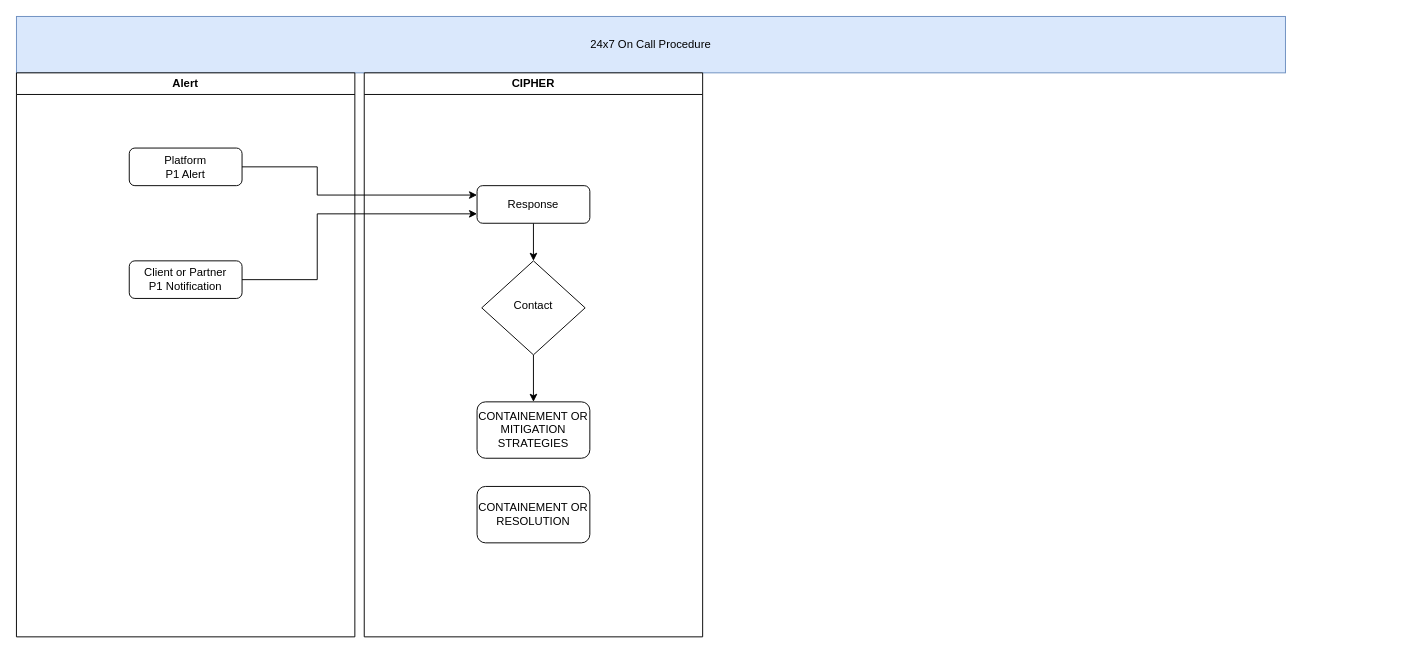
Earlier version of the draw.io diagram Diagrama sem nome.drawio (SousinhaT/SousinhaT). Source tidied: cells renumbered, new cells numbered last; positions are measured from the earlier drawing's top-left corner, leaving out a move shared by most shapes. Both pictures are drawn from the tidied source at 94%, with x=0, y=0 at pixel (16, 16).
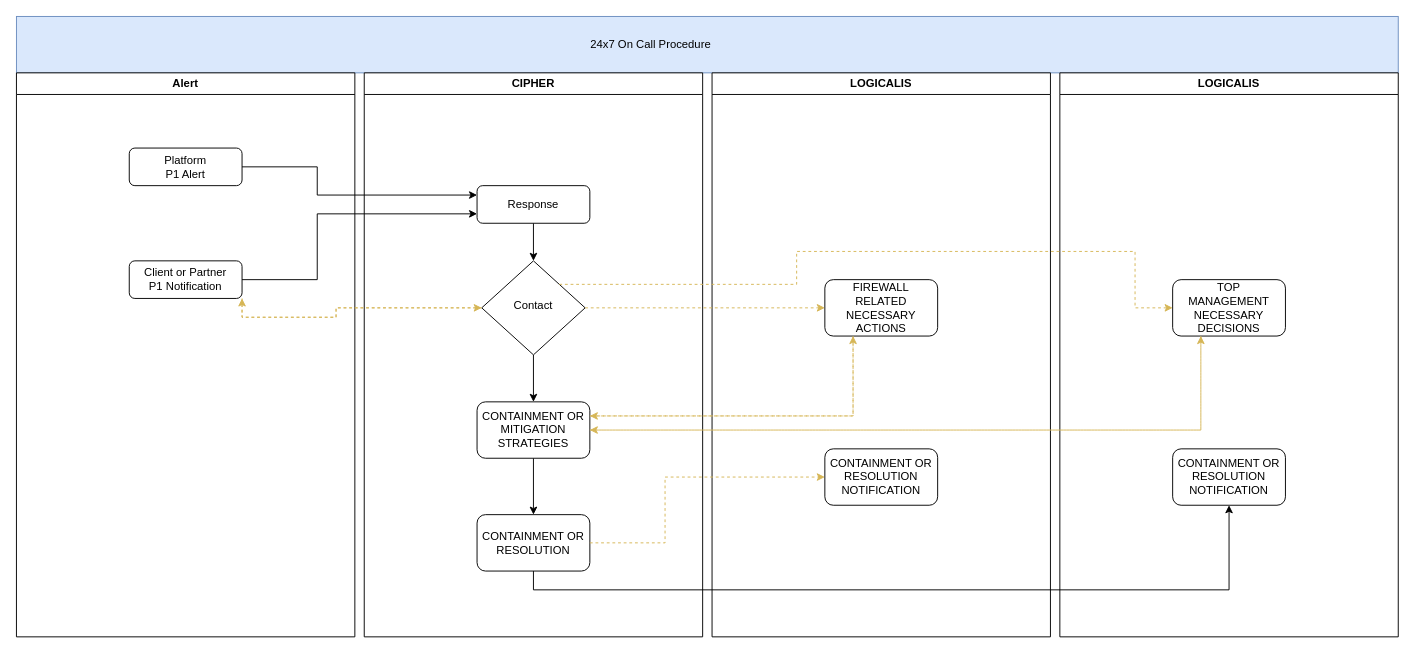
After the change.

Unchanged cells that the change refers to:
```xml
<mxCell id="6" value="Client or Partner&lt;br&gt;P1 Notification" style="rounded=1;whiteSpace=wrap;html=1;fontSize=12;glass=0;strokeWidth=1;shadow=0;" parent="4" vertex="1">
  <mxGeometry x="120" y="200" width="120" height="40" as="geometry" />
</mxCell>
<mxCell id="7" value="CIPHER" style="swimlane;whiteSpace=wrap;html=1;" parent="1" vertex="1">
  <mxGeometry x="370" y="60" width="360" height="600" as="geometry" />
</mxCell>
<mxCell id="11" value="Contact" style="rhombus;whiteSpace=wrap;html=1;shadow=0;fontFamily=Helvetica;fontSize=12;align=center;strokeWidth=1;spacing=6;spacingTop=-4;" parent="7" vertex="1">
  <mxGeometry x="125" y="200" width="110" height="100" as="geometry" />
</mxCell>
```

Diff of the diagram source:
```diff
@@
     <mxCell id="2" style="rounded=0;whiteSpace=wrap;html=1;fillColor=#dae8fc;strokeColor=#6c8ebf;" parent="1" vertex="1">
-      <mxGeometry width="1350" height="60" as="geometry" />
+      <mxGeometry width="1470" height="60" as="geometry" />
     </mxCell>
@@
+    <mxCell id="16" style="edgeStyle=orthogonalEdgeStyle;rounded=0;jettySize=auto;html=1;exitX=0.5;exitY=1;exitDx=0;exitDy=0;entryX=0.5;entryY=0;entryDx=0;entryDy=0;" parent="7" edge="1" source="12" target="13">
+      <mxGeometry relative="1" as="geometry" />
+    </mxCell>
-    <mxCell id="12" value="CONTAINEMENT OR MITIGATION STRATEGIES" style="rounded=1;whiteSpace=wrap;html=1;fontSize=12;glass=0;strokeWidth=1;shadow=0;" parent="7" vertex="1">
+    <mxCell id="12" value="CONTAINMENT OR MITIGATION STRATEGIES" style="rounded=1;whiteSpace=wrap;html=1;fontSize=12;glass=0;strokeWidth=1;shadow=0;" parent="7" vertex="1">
       <mxGeometry x="120" y="350" width="120" height="60" as="geometry" />
     </mxCell>
-    <mxCell id="13" value="CONTAINEMENT OR RESOLUTION" style="rounded=1;whiteSpace=wrap;html=1;fontSize=12;glass=0;strokeWidth=1;shadow=0;" parent="7" vertex="1">
-      <mxGeometry x="120" y="440" width="120" height="60" as="geometry" />
+    <mxCell id="13" value="CONTAINMENT OR RESOLUTION" style="rounded=1;whiteSpace=wrap;html=1;fontSize=12;glass=0;strokeWidth=1;shadow=0;" parent="7" vertex="1">
+      <mxGeometry x="120" y="470" width="120" height="60" as="geometry" />
     </mxCell>
@@
+    <mxCell id="17" value="LOGICALIS" style="swimlane;whiteSpace=wrap;html=1;" parent="1" vertex="1">
+      <mxGeometry x="740" y="60" width="360" height="600" as="geometry" />
+    </mxCell>
+    <mxCell id="18" style="edgeStyle=orthogonalEdgeStyle;rounded=0;orthogonalLoop=1;jettySize=auto;html=1;exitX=0.5;exitY=1;exitDx=0;exitDy=0;entryX=0.5;entryY=0;entryDx=0;entryDy=0;" parent="17" edge="1">
+      <mxGeometry relative="1" as="geometry">
+        <mxPoint x="180" y="160" as="sourcePoint" />
+      </mxGeometry>
+    </mxCell>
+    <mxCell id="19" style="edgeStyle=orthogonalEdgeStyle;rounded=0;orthogonalLoop=1;jettySize=auto;html=1;exitX=0.5;exitY=1;exitDx=0;exitDy=0;entryX=0.5;entryY=0;entryDx=0;entryDy=0;" parent="17" edge="1">
+      <mxGeometry relative="1" as="geometry">
+        <mxPoint x="180" y="300" as="sourcePoint" />
+      </mxGeometry>
+    </mxCell>
+    <mxCell id="20" value="CONTAINMENT OR RESOLUTION NOTIFICATION" style="rounded=1;whiteSpace=wrap;html=1;fontSize=12;glass=0;strokeWidth=1;shadow=0;" parent="17" vertex="1">
+      <mxGeometry x="120" y="400" width="120" height="60" as="geometry" />
+    </mxCell>
+    <mxCell id="21" value="FIREWALL &lt;br&gt;RELATED NECESSARY ACTIONS" style="rounded=1;whiteSpace=wrap;html=1;fontSize=12;glass=0;strokeWidth=1;shadow=0;" parent="17" vertex="1">
+      <mxGeometry x="120" y="220" width="120" height="60" as="geometry" />
+    </mxCell>
+    <mxCell id="22" value="LOGICALIS" style="swimlane;whiteSpace=wrap;html=1;" parent="1" vertex="1">
+      <mxGeometry x="1110" y="60" width="360" height="600" as="geometry" />
+    </mxCell>
+    <mxCell id="23" style="edgeStyle=orthogonalEdgeStyle;rounded=0;orthogonalLoop=1;jettySize=auto;html=1;exitX=0.5;exitY=1;exitDx=0;exitDy=0;entryX=0.5;entryY=0;entryDx=0;entryDy=0;" parent="22" edge="1">
+      <mxGeometry relative="1" as="geometry">
+        <mxPoint x="180" y="160" as="sourcePoint" />
+      </mxGeometry>
+    </mxCell>
+    <mxCell id="24" style="edgeStyle=orthogonalEdgeStyle;rounded=0;orthogonalLoop=1;jettySize=auto;html=1;exitX=0.5;exitY=1;exitDx=0;exitDy=0;entryX=0.5;entryY=0;entryDx=0;entryDy=0;" parent="22" edge="1">
+      <mxGeometry relative="1" as="geometry">
+        <mxPoint x="180" y="300" as="sourcePoint" />
+      </mxGeometry>
+    </mxCell>
+    <mxCell id="25" value="CONTAINMENT OR RESOLUTION NOTIFICATION" style="rounded=1;whiteSpace=wrap;html=1;fontSize=12;glass=0;strokeWidth=1;shadow=0;" parent="22" vertex="1">
+      <mxGeometry x="120" y="400" width="120" height="60" as="geometry" />
+    </mxCell>
+    <mxCell id="26" value="TOP&lt;br&gt;MANAGEMENT&lt;br&gt;NECESSARY&lt;br&gt;DECISIONS" style="rounded=1;whiteSpace=wrap;html=1;fontSize=12;glass=0;strokeWidth=1;shadow=0;" parent="22" vertex="1">
+      <mxGeometry x="120" y="220" width="120" height="60" as="geometry" />
+    </mxCell>
+    <mxCell id="27" style="edgeStyle=orthogonalEdgeStyle;rounded=0;jettySize=auto;html=1;exitX=1;exitY=1;exitDx=0;exitDy=0;entryX=0;entryY=0.5;entryDx=0;entryDy=0;dashed=1;fillColor=#fff2cc;strokeColor=#d6b656;" parent="1" edge="1" source="6" target="11">
+      <mxGeometry relative="1" as="geometry">
+        <Array as="points">
+          <mxPoint x="240" y="320" />
+          <mxPoint x="340" y="320" />
+          <mxPoint x="340" y="310" />
+        </Array>
+      </mxGeometry>
+    </mxCell>
+    <mxCell id="28" style="edgeStyle=orthogonalEdgeStyle;rounded=0;jettySize=auto;html=1;exitX=0;exitY=0.5;exitDx=0;exitDy=0;entryX=1;entryY=1;entryDx=0;entryDy=0;dashed=1;fillColor=#fff2cc;strokeColor=#d6b656;" parent="1" edge="1" source="11" target="6">
+      <mxGeometry relative="1" as="geometry">
+        <Array as="points">
+          <mxPoint x="340" y="310" />
+          <mxPoint x="340" y="320" />
+          <mxPoint x="240" y="320" />
+        </Array>
+      </mxGeometry>
+    </mxCell>
+    <mxCell id="29" style="edgeStyle=orthogonalEdgeStyle;rounded=0;jettySize=auto;html=1;exitX=1;exitY=0.5;exitDx=0;exitDy=0;entryX=0;entryY=0.5;entryDx=0;entryDy=0;fillColor=#fff2cc;strokeColor=#d6b656;dashed=1;" parent="1" edge="1" source="11" target="21">
+      <mxGeometry relative="1" as="geometry" />
+    </mxCell>
+    <mxCell id="30" style="edgeStyle=orthogonalEdgeStyle;rounded=0;jettySize=auto;html=1;exitX=1;exitY=0;exitDx=0;exitDy=0;entryX=0;entryY=0.5;entryDx=0;entryDy=0;dashed=1;fillColor=#fff2cc;strokeColor=#d6b656;" parent="1" edge="1" source="11" target="26">
+      <mxGeometry relative="1" as="geometry">
+        <Array as="points">
+          <mxPoint x="830" y="285" />
+          <mxPoint x="830" y="250" />
+          <mxPoint x="1190" y="250" />
+          <mxPoint x="1190" y="310" />
+        </Array>
+      </mxGeometry>
+    </mxCell>
+    <mxCell id="31" style="edgeStyle=orthogonalEdgeStyle;rounded=0;jettySize=auto;html=1;exitX=1;exitY=0.25;exitDx=0;exitDy=0;entryX=0.25;entryY=1;entryDx=0;entryDy=0;fillColor=#fff2cc;strokeColor=#d6b656;dashed=1;" parent="1" edge="1" source="12" target="21">
+      <mxGeometry relative="1" as="geometry" />
+    </mxCell>
+    <mxCell id="32" style="edgeStyle=orthogonalEdgeStyle;rounded=0;jettySize=auto;html=1;exitX=0.25;exitY=1;exitDx=0;exitDy=0;entryX=1;entryY=0.25;entryDx=0;entryDy=0;dashed=1;fillColor=#fff2cc;strokeColor=#d6b656;" parent="1" edge="1" source="21" target="12">
+      <mxGeometry relative="1" as="geometry" />
+    </mxCell>
+    <mxCell id="33" style="edgeStyle=orthogonalEdgeStyle;rounded=0;jettySize=auto;html=1;exitX=1;exitY=0.5;exitDx=0;exitDy=0;entryX=0.25;entryY=1;entryDx=0;entryDy=0;dashed=1;fillColor=#fff2cc;strokeColor=#d6b656;" parent="1" edge="1" source="12" target="26">
+      <mxGeometry relative="1" as="geometry" />
+    </mxCell>
+    <mxCell id="34" style="edgeStyle=orthogonalEdgeStyle;rounded=0;jettySize=auto;html=1;exitX=0.25;exitY=1;exitDx=0;exitDy=0;entryX=1;entryY=0.5;entryDx=0;entryDy=0;dashed=1;fillColor=#fff2cc;strokeColor=#d6b656;" parent="1" edge="1" source="26" target="12">
+      <mxGeometry relative="1" as="geometry" />
+    </mxCell>
+    <mxCell id="35" style="edgeStyle=orthogonalEdgeStyle;rounded=0;jettySize=auto;html=1;exitX=0.5;exitY=1;exitDx=0;exitDy=0;entryX=0.5;entryY=1;entryDx=0;entryDy=0;" parent="1" edge="1" source="13" target="25">
+      <mxGeometry relative="1" as="geometry" />
+    </mxCell>
+    <mxCell id="36" style="edgeStyle=orthogonalEdgeStyle;rounded=0;jettySize=auto;html=1;exitX=1;exitY=0.5;exitDx=0;exitDy=0;entryX=0;entryY=0.5;entryDx=0;entryDy=0;fillColor=#fff2cc;strokeColor=#d6b656;dashed=1;" parent="1" edge="1" source="13" target="20">
+      <mxGeometry relative="1" as="geometry">
+        <Array as="points">
+          <mxPoint x="690" y="560" />
+          <mxPoint x="690" y="490" />
+        </Array>
+      </mxGeometry>
+    </mxCell>
```
